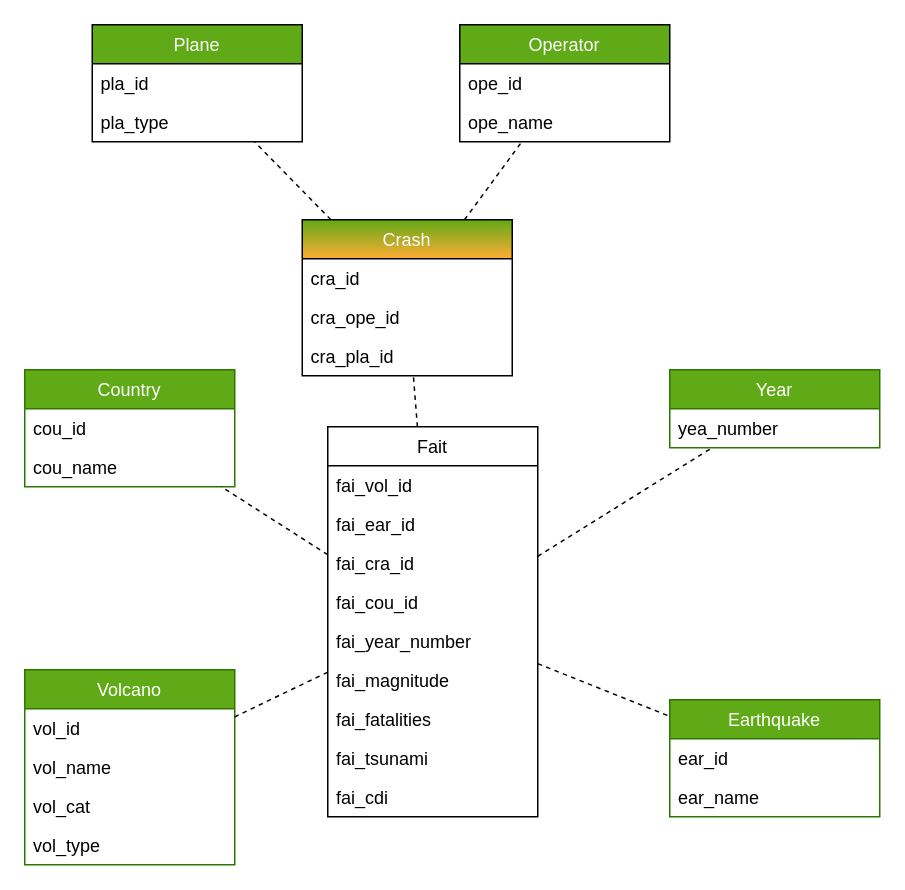
Above: projmod.drawio in MarcVo00/BiProject (draw.io), before the change. Source tidied: cells renumbered, new cells numbered last; positions are measured from the earlier drawing's top-left corner, leaving out a move shared by most shapes. Both pictures are drawn from the tidied source at 150%, with x=0, y=0 at pixel (24, 24).
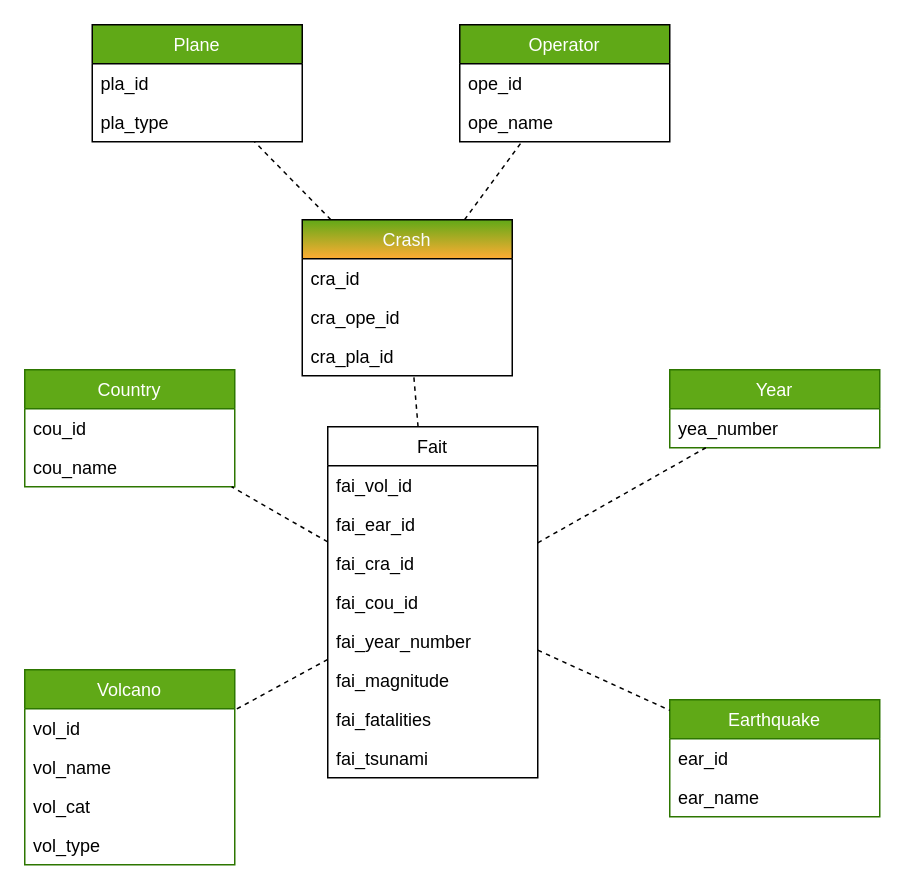
The same page after the edit.

Commit message:
table fait faites !

Diff of the diagram source:
```diff
@@
     <mxCell id="32" value="Fait" style="swimlane;fontStyle=0;horizontal=1;startSize=26;fillColor=none;" parent="1" vertex="1">
-      <mxGeometry x="202" y="268" width="140" height="260" as="geometry" />
+      <mxGeometry x="202" y="268" width="140" height="234" as="geometry" />
     </mxCell>
@@
-    <mxCell id="41" value="fai_cdi" style="text;strokeColor=none;fillColor=none;align=left;verticalAlign=top;spacingLeft=4;spacingRight=4;overflow=hidden;" parent="32" vertex="1">
-      <mxGeometry y="234" width="140" height="26" as="geometry" />
-    </mxCell>
```
